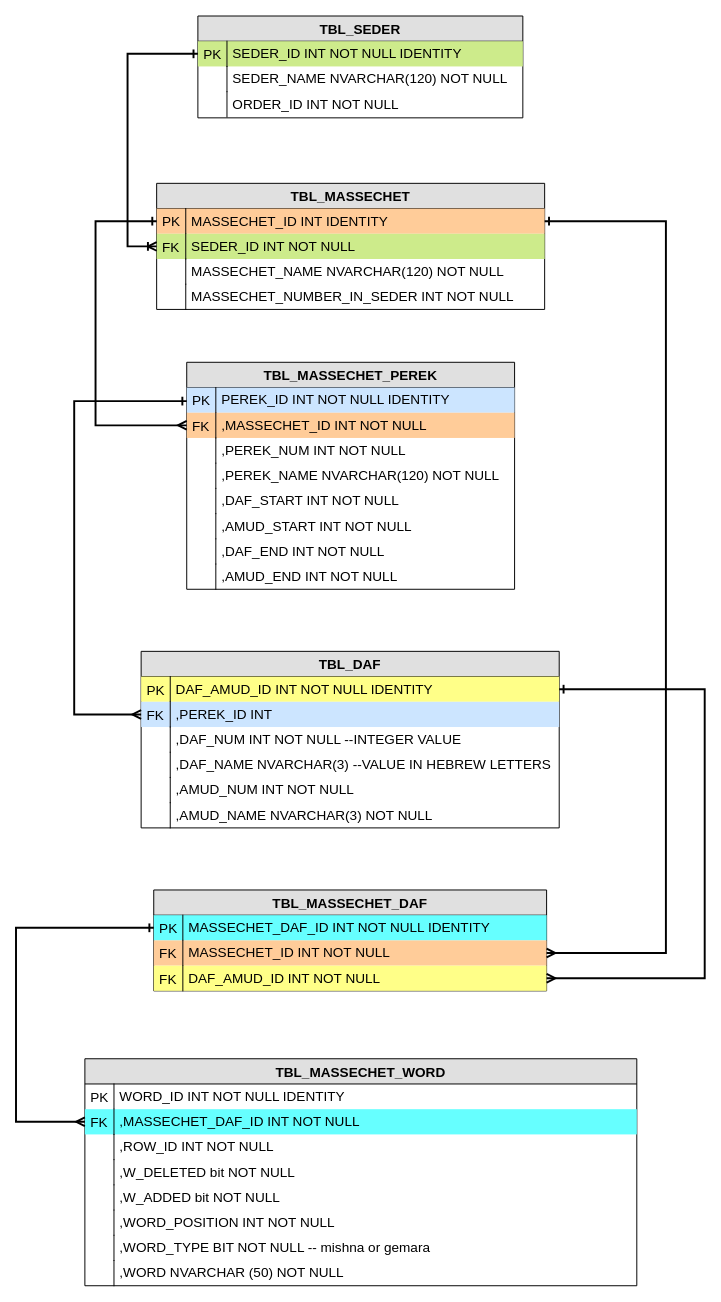
The draw.io diagram db_drawings/KimeTsion.drawio in mdanielov/limud-kodesh, before the edit. Source tidied: cells renumbered, new cells numbered last; positions are measured from the earlier drawing's top-left corner, leaving out a move shared by most shapes. Both pictures are drawn from the tidied source at 97%, with x=0, y=0 at pixel (16, 16).
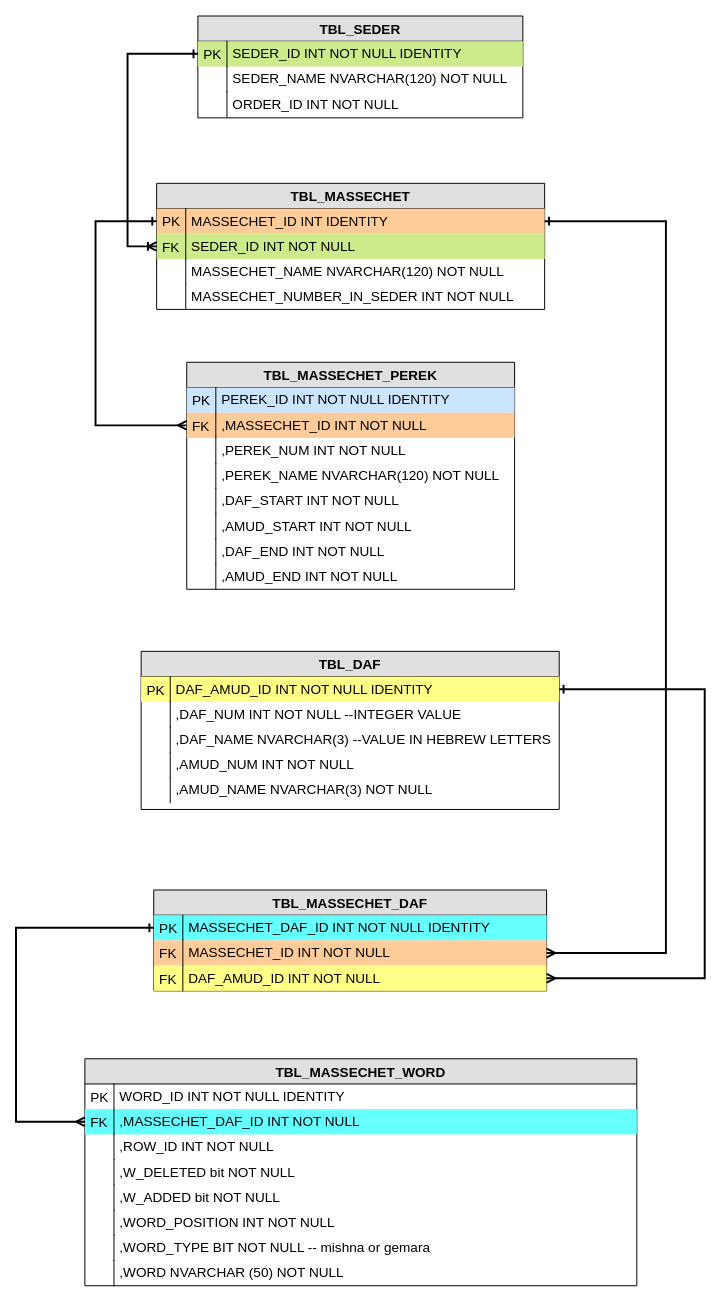
Above is the later version.

Unchanged cells that the change refers to:
```xml
<mxCell id="19" value="PEREK_ID INT NOT NULL IDENTITY" style="shape=partialRectangle;top=0;left=0;right=0;bottom=0;align=left;verticalAlign=top;spacingTop=-2;fillColor=#cce5ff;spacingLeft=34;spacingRight=4;overflow=hidden;points=[[0,0.5],[1,0.5]];portConstraint=eastwest;strokeColor=#36393d;fontSize=14;" parent="18" vertex="1">
  <mxGeometry y="26" width="338" height="26" as="geometry" />
</mxCell>
```

Change to the diagram source:
```diff
@@
     <mxCell id="37" value="TBL_DAF" style="swimlane;fontStyle=1;horizontal=1;startSize=26;fillColor=#e0e0e0;swimlaneFillColor=#ffffff;align=center;fontSize=14;" parent="1" vertex="1">
-      <mxGeometry x="129" y="655" width="431" height="182" as="geometry" />
+      <mxGeometry x="129" y="655" width="431" height="163" as="geometry" />
     </mxCell>
@@
-    <mxCell id="40" value=",PEREK_ID INT" style="shape=partialRectangle;top=0;left=0;right=0;bottom=0;align=left;verticalAlign=top;spacingTop=-2;fillColor=#cce5ff;spacingLeft=34;spacingRight=4;overflow=hidden;points=[[0,0.5],[1,0.5]];portConstraint=eastwest;strokeColor=#36393d;fontSize=14;" parent="37" vertex="1">
-      <mxGeometry y="52" width="431" height="26" as="geometry" />
-    </mxCell>
-    <mxCell id="41" value="FK" style="shape=partialRectangle;top=0;left=0;bottom=0;fillColor=none;align=left;verticalAlign=middle;spacingLeft=4;spacingRight=4;overflow=hidden;fontSize=14;" parent="40" vertex="1">
-      <mxGeometry width="30" height="26" as="geometry" />
-    </mxCell>
     <mxCell id="42" value=",DAF_NUM INT NOT NULL --INTEGER VALUE" style="shape=partialRectangle;top=0;left=0;right=0;bottom=0;align=left;verticalAlign=top;spacingTop=-2;fillColor=none;spacingLeft=34;spacingRight=4;overflow=hidden;fontSize=14;" parent="37" vertex="1">
-      <mxGeometry y="78" width="431" height="26" as="geometry" />
+      <mxGeometry y="52" width="431" height="26" as="geometry" />
     </mxCell>
@@
     <mxCell id="44" value=",DAF_NAME NVARCHAR(3) --VALUE IN HEBREW LETTERS" style="shape=partialRectangle;top=0;left=0;right=0;bottom=0;align=left;verticalAlign=top;spacingTop=-2;fillColor=none;spacingLeft=34;spacingRight=4;overflow=hidden;fontSize=14;" parent="37" vertex="1">
-      <mxGeometry y="104" width="431" height="26" as="geometry" />
+      <mxGeometry y="78" width="431" height="26" as="geometry" />
     </mxCell>
@@
     <mxCell id="46" value=",AMUD_NUM INT NOT NULL" style="shape=partialRectangle;top=0;left=0;right=0;bottom=0;align=left;verticalAlign=top;spacingTop=-2;fillColor=none;spacingLeft=34;spacingRight=4;overflow=hidden;fontSize=14;" parent="37" vertex="1">
-      <mxGeometry y="130" width="431" height="26" as="geometry" />
+      <mxGeometry y="104" width="431" height="26" as="geometry" />
     </mxCell>
@@
     <mxCell id="48" value=",AMUD_NAME NVARCHAR(3) NOT NULL" style="shape=partialRectangle;top=0;left=0;right=0;bottom=0;align=left;verticalAlign=top;spacingTop=-2;fillColor=none;spacingLeft=34;spacingRight=4;overflow=hidden;fontSize=14;" parent="37" vertex="1">
-      <mxGeometry y="156" width="431" height="26" as="geometry" />
+      <mxGeometry y="130" width="431" height="26" as="geometry" />
     </mxCell>
@@
-    <mxCell id="50" style="edgeStyle=orthogonalEdgeStyle;rounded=0;jettySize=auto;html=1;entryX=0;entryY=0.5;entryDx=0;entryDy=0;startArrow=ERone;startFill=0;endArrow=ERmany;endFill=0;strokeWidth=2;" parent="1" edge="1" source="19" target="40">
-      <mxGeometry relative="1" as="geometry">
-        <Array as="points">
-          <mxPoint x="60" y="397" />
-          <mxPoint x="60" y="720" />
-        </Array>
-      </mxGeometry>
-    </mxCell>
```
